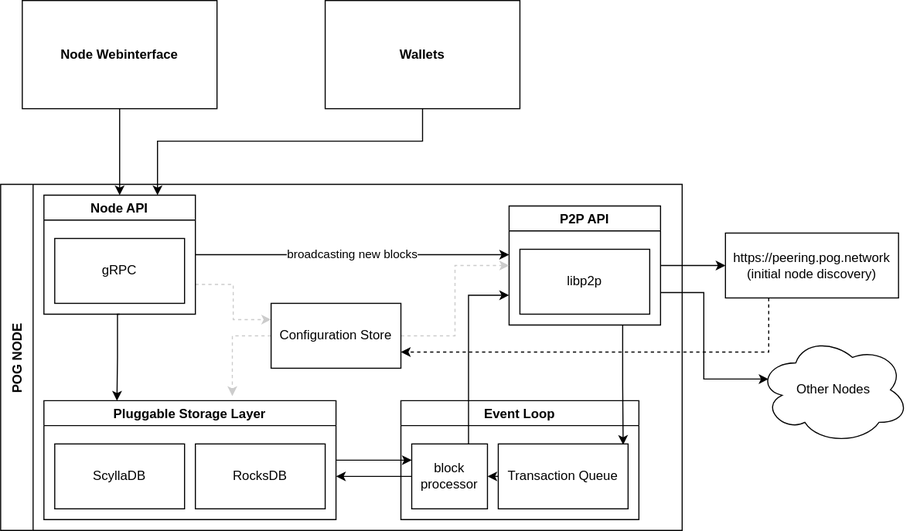
pognetwork/champ keeps this draw.io diagram as docs/techstack.drawio.svg. Above is the earlier version. Source tidied: cells renumbered, new cells last; positions are measured from the earlier drawing's top-left corner, leaving out a move shared by most shapes.
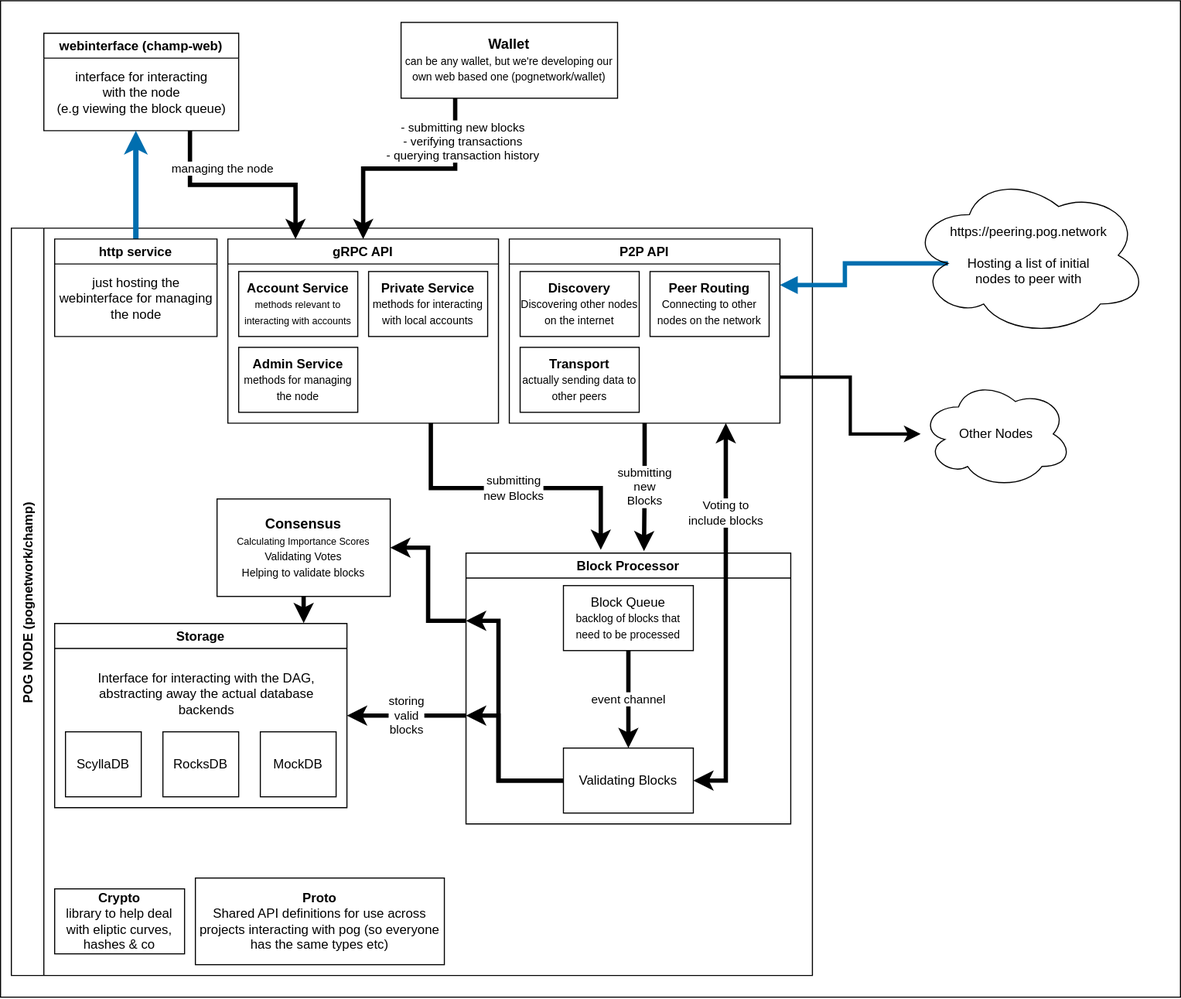
Later version of the same file.

Commit message:
docs(node): improve overview + add grpc docs

Diff of the diagram source:
```diff
@@ -2,117 +2,167 @@
   <root>
     <mxCell id="0" />
     <mxCell id="1" parent="0" />
+    <mxCell id="33" style="rounded=0;whiteSpace=wrap;html=1;" parent="1" vertex="1">
+      <mxGeometry x="40" y="-20" width="1090" height="920" as="geometry" />
+    </mxCell>
-    <mxCell id="2" value="POG NODE" style="swimlane;horizontal=0;startSize=30;" parent="1" vertex="1">
-      <mxGeometry y="170" width="630" height="320" as="geometry" />
+    <mxCell id="2" value="POG NODE (pognetwork/champ)" style="swimlane;horizontal=0;startSize=30;" parent="1" vertex="1">
+      <mxGeometry x="50" y="190" width="740" height="690" as="geometry" />
     </mxCell>
-    <mxCell id="3" style="edgeStyle=orthogonalEdgeStyle;rounded=0;jettySize=auto;html=1;exitX=1;exitY=0.5;exitDx=0;exitDy=0;entryX=0;entryY=0.25;entryDx=0;entryDy=0;" parent="2" edge="1" source="4" target="17">
-      <mxGeometry relative="1" as="geometry" />
-    </mxCell>
+    <mxCell id="34" value="gRPC API" style="swimlane;fillColor=none;" parent="2" vertex="1">
+      <mxGeometry x="200" y="10" width="250" height="170" as="geometry" />
+    </mxCell>
+    <mxCell id="35" value="&lt;b&gt;Account Service&lt;br&gt;&lt;/b&gt;&lt;font style=&quot;font-size: 9px&quot;&gt;methods relevant to interacting with accounts&lt;/font&gt;" style="whiteSpace=wrap;html=1;" parent="34" vertex="1">
+      <mxGeometry x="10" y="30" width="110" height="60" as="geometry" />
+    </mxCell>
+    <mxCell id="36" value="&lt;b&gt;Private Service&lt;br style=&quot;font-size: 9px&quot;&gt;&lt;/b&gt;&lt;font size=&quot;1&quot;&gt;methods for interacting with local accounts&lt;/font&gt;" style="whiteSpace=wrap;html=1;" parent="34" vertex="1">
+      <mxGeometry x="130" y="30" width="110" height="60" as="geometry" />
+    </mxCell>
+    <mxCell id="37" value="&lt;b&gt;Admin Service&lt;br style=&quot;font-size: 9px&quot;&gt;&lt;/b&gt;&lt;font size=&quot;1&quot;&gt;methods for managing the node&lt;/font&gt;" style="whiteSpace=wrap;html=1;" parent="34" vertex="1">
+      <mxGeometry x="10" y="100" width="110" height="60" as="geometry" />
+    </mxCell>
+    <mxCell id="38" value="event channel" style="edgeStyle=orthogonalEdgeStyle;rounded=0;jettySize=auto;html=1;startArrow=none;startFill=0;endArrow=classic;endFill=1;strokeWidth=4;" parent="2" edge="1" source="39">
+      <mxGeometry relative="1" as="geometry">
+        <mxPoint x="570" y="480" as="targetPoint" />
+      </mxGeometry>
+    </mxCell>
+    <mxCell id="39" value="Block Queue&lt;br style=&quot;font-size: 9px&quot;&gt;&lt;font size=&quot;1&quot;&gt;backlog of blocks that need to be processed&lt;/font&gt;" style="rounded=0;whiteSpace=wrap;html=1;" parent="2" vertex="1">
+      <mxGeometry x="510" y="330" width="120" height="60" as="geometry" />
+    </mxCell>
+    <mxCell id="40" value="Validating Blocks" style="rounded=0;whiteSpace=wrap;html=1;" parent="2" vertex="1">
+      <mxGeometry x="510" y="480" width="120" height="60" as="geometry" />
+    </mxCell>
+    <mxCell id="41" value="&lt;font style=&quot;font-weight: bold ; font-size: 13px&quot;&gt;Consensus&lt;/font&gt;&lt;br&gt;&lt;font style=&quot;font-size: 9px&quot;&gt;Calculating Importance Scores&lt;br&gt;&lt;/font&gt;&lt;font size=&quot;1&quot;&gt;Validating Votes&lt;br&gt;Helping to validate blocks&lt;br&gt;&lt;/font&gt;" style="rounded=0;whiteSpace=wrap;html=1;" parent="2" vertex="1">
+      <mxGeometry x="190" y="250" width="160" height="90" as="geometry" />
+    </mxCell>
+    <mxCell id="42" value="&lt;b&gt;Crypto&lt;/b&gt;&lt;br&gt;library to help deal with eliptic curves, hashes &amp;amp; co" style="rounded=0;whiteSpace=wrap;html=1;" parent="2" vertex="1">
+      <mxGeometry x="40" y="610" width="120" height="60" as="geometry" />
+    </mxCell>
+    <mxCell id="25" value="Other Nodes" style="ellipse;shape=cloud;whiteSpace=wrap;html=1;fillColor=none;" parent="1" vertex="1">
+      <mxGeometry x="890" y="330" width="140" height="100" as="geometry" />
+    </mxCell>
+    <mxCell id="43" style="edgeStyle=orthogonalEdgeStyle;rounded=0;jettySize=auto;html=1;exitX=0.25;exitY=1;exitDx=0;exitDy=0;startArrow=none;startFill=0;endArrow=classic;endFill=1;strokeWidth=4;" parent="1" edge="1" source="30" target="34">
+      <mxGeometry relative="1" as="geometry" />
+    </mxCell>
+    <mxCell id="44" value="- submitting new blocks&lt;br&gt;- verifying transactions&lt;br&gt;- querying transaction history" style="edgeLabel;html=1;align=center;verticalAlign=middle;" parent="43" vertex="1">
+      <mxGeometry x="-0.18" relative="1" as="geometry">
+        <mxPoint x="30" y="-25" as="offset" />
+      </mxGeometry>
+    </mxCell>
+    <mxCell id="30" value="&lt;font style=&quot;font-weight: bold ; font-size: 13px&quot;&gt;Wallet&lt;/font&gt;&lt;br&gt;&lt;font size=&quot;1&quot;&gt;can be any wallet, but we're developing our own web based one (pognetwork/wallet)&lt;/font&gt;" style="rounded=0;whiteSpace=wrap;html=1;fillColor=none;" parent="1" vertex="1">
+      <mxGeometry x="410" width="200" height="70" as="geometry" />
+    </mxCell>
+    <mxCell id="45" style="edgeStyle=orthogonalEdgeStyle;rounded=0;jettySize=auto;html=1;exitX=0.5;exitY=0;exitDx=0;exitDy=0;fillColor=#1ba1e2;strokeColor=#006EAF;strokeWidth=5;" parent="1" edge="1" source="46">
+      <mxGeometry relative="1" as="geometry">
+        <mxPoint x="165" y="100" as="targetPoint" />
+      </mxGeometry>
+    </mxCell>
+    <mxCell id="46" value="http service" style="swimlane;fillColor=none;" parent="1" vertex="1">
+      <mxGeometry x="90" y="200" width="150" height="90" as="geometry" />
+    </mxCell>
+    <mxCell id="47" value="just hosting the &lt;br&gt;webinterface for managing&lt;br&gt;the node" style="text;html=1;align=center;verticalAlign=middle;strokeColor=none;" parent="46" vertex="1">
+      <mxGeometry x="-5" y="30" width="160" height="50" as="geometry" />
+    </mxCell>
+    <mxCell id="48" value="storing&lt;br&gt;valid&lt;br&gt;blocks" style="edgeStyle=orthogonalEdgeStyle;rounded=0;jettySize=auto;html=1;entryX=1;entryY=0.5;entryDx=0;entryDy=0;startArrow=none;startFill=0;endArrow=classic;endFill=1;strokeWidth=4;" parent="1" edge="1" target="4">
+      <mxGeometry relative="1" as="geometry">
+        <mxPoint x="470" y="640" as="sourcePoint" />
+        <Array as="points">
+          <mxPoint x="470" y="640" />
+        </Array>
+      </mxGeometry>
+    </mxCell>
+    <mxCell id="49" value="Voting to&lt;br&gt;include blocks" style="edgeStyle=orthogonalEdgeStyle;rounded=0;jettySize=auto;html=1;exitX=1;exitY=0.5;exitDx=0;exitDy=0;startArrow=classic;startFill=1;endArrow=classic;endFill=1;strokeWidth=4;" parent="1" edge="1" source="40">
+      <mxGeometry x="0.54" relative="1" as="geometry">
+        <mxPoint x="710" y="370" as="targetPoint" />
+        <Array as="points">
+          <mxPoint x="710" y="700" />
+          <mxPoint x="710" y="370" />
+        </Array>
+      </mxGeometry>
+    </mxCell>
+    <mxCell id="50" style="edgeStyle=orthogonalEdgeStyle;rounded=0;jettySize=auto;html=1;exitX=0;exitY=0.25;exitDx=0;exitDy=0;entryX=1;entryY=0.5;entryDx=0;entryDy=0;startArrow=none;startFill=0;endArrow=classic;endFill=1;strokeWidth=4;" parent="1" edge="1" source="14" target="41">
+      <mxGeometry relative="1" as="geometry" />
+    </mxCell>
+    <mxCell id="14" value="Block Processor" style="swimlane;fillColor=none;startSize=23;" parent="1" vertex="1">
+      <mxGeometry x="470" y="490" width="300" height="250" as="geometry" />
+    </mxCell>
+    <mxCell id="51" style="edgeStyle=orthogonalEdgeStyle;rounded=0;jettySize=auto;html=1;exitX=1;exitY=0.25;exitDx=0;exitDy=0;entryX=0.16;entryY=0.55;entryDx=0;entryDy=0;entryPerimeter=0;startArrow=block;startFill=1;endArrow=none;endFill=0;fillColor=#1ba1e2;strokeColor=#006EAF;strokeWidth=4;" parent="1" edge="1" source="12" target="56">
+      <mxGeometry relative="1" as="geometry" />
+    </mxCell>
+    <mxCell id="26" style="edgeStyle=orthogonalEdgeStyle;rounded=0;jettySize=auto;html=1;exitX=1;exitY=0.75;exitDx=0;exitDy=0;startArrow=none;startFill=0;endArrow=classic;endFill=1;strokeWidth=3;" parent="1" edge="1" source="12" target="25">
+      <mxGeometry relative="1" as="geometry" />
+    </mxCell>
+    <mxCell id="52" value="submitting&lt;br&gt;new&lt;br&gt;Blocks" style="edgeStyle=orthogonalEdgeStyle;rounded=0;jettySize=auto;html=1;exitX=0.5;exitY=1;exitDx=0;exitDy=0;entryX=0.548;entryY=-0.007;entryDx=0;entryDy=0;entryPerimeter=0;startArrow=none;startFill=0;endArrow=classic;endFill=1;strokeWidth=4;" parent="1" edge="1" source="12" target="14">
+      <mxGeometry relative="1" as="geometry" />
+    </mxCell>
+    <mxCell id="12" value="P2P API" style="swimlane;fillColor=none;" parent="1" vertex="1">
+      <mxGeometry x="510" y="200" width="250" height="170" as="geometry" />
+    </mxCell>
+    <mxCell id="53" value="&lt;font&gt;&lt;b&gt;Discovery&lt;/b&gt;&lt;br&gt;&lt;/font&gt;&lt;font size=&quot;1&quot;&gt;Discovering other nodes on the internet&lt;/font&gt;" style="whiteSpace=wrap;html=1;" parent="12" vertex="1">
+      <mxGeometry x="10" y="30" width="110" height="60" as="geometry" />
+    </mxCell>
+    <mxCell id="54" value="&lt;b&gt;Peer Routing&lt;br&gt;&lt;/b&gt;&lt;font size=&quot;1&quot;&gt;Connecting to other nodes on the network&lt;/font&gt;" style="whiteSpace=wrap;html=1;" parent="12" vertex="1">
+      <mxGeometry x="130" y="30" width="110" height="60" as="geometry" />
+    </mxCell>
+    <mxCell id="55" value="&lt;b&gt;Transport&lt;/b&gt;&lt;br style=&quot;font-size: 9px&quot;&gt;&lt;font size=&quot;1&quot;&gt;actually sending data to other peers&lt;/font&gt;" style="whiteSpace=wrap;html=1;" parent="12" vertex="1">
+      <mxGeometry x="10" y="100" width="110" height="60" as="geometry" />
+    </mxCell>
+    <mxCell id="56" value="https://peering.pog.network&lt;br&gt;&lt;br&gt;Hosting a list of initial&lt;br&gt;nodes to peer with" style="ellipse;shape=cloud;whiteSpace=wrap;html=1;fillColor=none;" parent="1" vertex="1">
+      <mxGeometry x="880" y="140" width="220" height="150" as="geometry" />
+    </mxCell>
+    <mxCell id="57" style="edgeStyle=orthogonalEdgeStyle;rounded=0;jettySize=auto;html=1;exitX=0.75;exitY=1;exitDx=0;exitDy=0;entryX=0.25;entryY=0;entryDx=0;entryDy=0;startArrow=none;startFill=0;endArrow=classic;endFill=1;strokeWidth=4;" parent="1" edge="1" source="59" target="34">
+      <mxGeometry relative="1" as="geometry" />
+    </mxCell>
+    <mxCell id="58" value="managing the node" style="edgeLabel;html=1;align=center;verticalAlign=middle;" parent="57" vertex="1">
+      <mxGeometry x="-0.66" relative="1" as="geometry">
+        <mxPoint x="30" as="offset" />
+      </mxGeometry>
+    </mxCell>
+    <mxCell id="59" value="webinterface (champ-web)" style="swimlane;fillColor=none;startSize=23;" parent="1" vertex="1">
+      <mxGeometry x="80" y="10" width="180" height="90" as="geometry" />
+    </mxCell>
+    <mxCell id="60" value="interface for interacting&lt;br&gt;with the node&lt;br&gt;(e.g viewing the block queue)" style="text;html=1;align=center;verticalAlign=middle;strokeColor=none;" parent="59" vertex="1">
+      <mxGeometry x="5" y="30" width="170" height="50" as="geometry" />
+    </mxCell>
-    <mxCell id="4" value="Pluggable Storage Layer" style="swimlane;fillColor=none;" parent="2" vertex="1">
-      <mxGeometry x="40" y="200" width="270" height="110" as="geometry" />
+    <mxCell id="4" value="Storage" style="swimlane;fillColor=none;" parent="1" vertex="1">
+      <mxGeometry x="90" y="555" width="270" height="170" as="geometry" />
     </mxCell>
     <mxCell id="5" value="ScyllaDB" style="rounded=0;whiteSpace=wrap;html=1;" parent="4" vertex="1">
-      <mxGeometry x="10" y="40" width="120" height="60" as="geometry" />
+      <mxGeometry x="10" y="100" width="70" height="60" as="geometry" />
     </mxCell>
     <mxCell id="6" value="RocksDB" style="rounded=0;whiteSpace=wrap;html=1;" parent="4" vertex="1">
-      <mxGeometry x="140" y="40" width="120" height="60" as="geometry" />
+      <mxGeometry x="100" y="100" width="70" height="60" as="geometry" />
     </mxCell>
-    <mxCell id="7" style="edgeStyle=orthogonalEdgeStyle;rounded=0;jettySize=auto;html=1;exitX=0.5;exitY=1;exitDx=0;exitDy=0;entryX=0.25;entryY=0;entryDx=0;entryDy=0;" parent="2" edge="1" source="9" target="4">
-      <mxGeometry relative="1" as="geometry">
-        <Array as="points">
-          <mxPoint x="108" y="120" />
-          <mxPoint x="108" y="160" />
-        </Array>
-      </mxGeometry>
-    </mxCell>
-    <mxCell id="8" style="edgeStyle=orthogonalEdgeStyle;rounded=0;jettySize=auto;html=1;exitX=1;exitY=0.75;exitDx=0;exitDy=0;entryX=0;entryY=0.25;entryDx=0;entryDy=0;dashed=1;strokeColor=#CCCCCC;fillColor=#1F1F1F;" parent="2" edge="1" source="9" target="21">
-      <mxGeometry relative="1" as="geometry" />
-    </mxCell>
-    <mxCell id="9" value="Node API" style="swimlane;fillColor=none;" parent="2" vertex="1">
-      <mxGeometry x="40" y="10" width="140" height="110" as="geometry" />
-    </mxCell>
-    <mxCell id="10" value="gRPC" style="rounded=0;whiteSpace=wrap;html=1;" parent="9" vertex="1">
-      <mxGeometry x="10" y="40" width="120" height="60" as="geometry" />
-    </mxCell>
-    <mxCell id="11" style="edgeStyle=orthogonalEdgeStyle;rounded=0;jettySize=auto;html=1;exitX=0.75;exitY=1;exitDx=0;exitDy=0;entryX=0.962;entryY=0.014;entryDx=0;entryDy=0;entryPerimeter=0;" parent="2" edge="1" source="12" target="16">
-      <mxGeometry relative="1" as="geometry" />
-    </mxCell>
-    <mxCell id="12" value="P2P API" style="swimlane;fillColor=none;startSize=23;" parent="2" vertex="1">
-      <mxGeometry x="470" y="20" width="140" height="110" as="geometry" />
-    </mxCell>
-    <mxCell id="13" value="libp2p" style="rounded=0;whiteSpace=wrap;html=1;" parent="12" vertex="1">
-      <mxGeometry x="10" y="40" width="120" height="60" as="geometry" />
-    </mxCell>
-    <mxCell id="14" value="Event Loop" style="swimlane;fillColor=none;startSize=23;" parent="2" vertex="1">
-      <mxGeometry x="370" y="200" width="220" height="110" as="geometry" />
-    </mxCell>
-    <mxCell id="15" style="edgeStyle=orthogonalEdgeStyle;rounded=0;jettySize=auto;html=1;exitX=0;exitY=0.5;exitDx=0;exitDy=0;entryX=1;entryY=0.5;entryDx=0;entryDy=0;" parent="14" edge="1" source="16" target="17">
-      <mxGeometry relative="1" as="geometry" />
-    </mxCell>
-    <mxCell id="16" value="Transaction Queue" style="rounded=0;whiteSpace=wrap;html=1;" parent="14" vertex="1">
-      <mxGeometry x="90" y="40" width="120" height="60" as="geometry" />
-    </mxCell>
-    <mxCell id="17" value="block processor" style="rounded=0;whiteSpace=wrap;html=1;" parent="14" vertex="1">
-      <mxGeometry x="10" y="40" width="70" height="60" as="geometry" />
-    </mxCell>
-    <mxCell id="18" style="edgeStyle=orthogonalEdgeStyle;rounded=0;jettySize=auto;html=1;exitX=0.75;exitY=0;exitDx=0;exitDy=0;entryX=0;entryY=0.75;entryDx=0;entryDy=0;" parent="2" edge="1" source="17" target="12">
-      <mxGeometry relative="1" as="geometry" />
-    </mxCell>
-    <mxCell id="19" style="edgeStyle=orthogonalEdgeStyle;rounded=0;jettySize=auto;html=1;exitX=1;exitY=0.5;exitDx=0;exitDy=0;entryX=0;entryY=0.5;entryDx=0;entryDy=0;dashed=1;strokeColor=#CCCCCC;fillColor=#1F1F1F;" parent="2" edge="1" source="21" target="12">
-      <mxGeometry relative="1" as="geometry" />
-    </mxCell>
-    <mxCell id="20" style="edgeStyle=orthogonalEdgeStyle;rounded=0;jettySize=auto;html=1;exitX=0;exitY=0.5;exitDx=0;exitDy=0;entryX=0.645;entryY=-0.039;entryDx=0;entryDy=0;entryPerimeter=0;dashed=1;strokeColor=#CCCCCC;fillColor=#1F1F1F;" parent="2" edge="1" source="21" target="4">
-      <mxGeometry relative="1" as="geometry" />
-    </mxCell>
-    <mxCell id="21" value="Configuration Store" style="rounded=0;whiteSpace=wrap;html=1;fillColor=none;" parent="2" vertex="1">
-      <mxGeometry x="250" y="110" width="120" height="60" as="geometry" />
-    </mxCell>
-    <mxCell id="22" style="edgeStyle=orthogonalEdgeStyle;rounded=0;jettySize=auto;html=1;exitX=0.25;exitY=1;exitDx=0;exitDy=0;entryX=1;entryY=0.75;entryDx=0;entryDy=0;dashed=1;" parent="1" edge="1" source="23" target="21">
-      <mxGeometry relative="1" as="geometry" />
-    </mxCell>
-    <mxCell id="23" value="https://peering.pog.network&lt;br&gt;(initial node discovery)" style="rounded=0;whiteSpace=wrap;html=1;fillColor=none;" parent="1" vertex="1">
-      <mxGeometry x="670" y="215" width="160" height="60" as="geometry" />
-    </mxCell>
-    <mxCell id="24" style="edgeStyle=orthogonalEdgeStyle;rounded=0;jettySize=auto;html=1;exitX=1;exitY=0.5;exitDx=0;exitDy=0;entryX=0;entryY=0.5;entryDx=0;entryDy=0;" parent="1" edge="1" source="12" target="23">
-      <mxGeometry relative="1" as="geometry" />
-    </mxCell>
-    <mxCell id="25" value="Other Nodes" style="ellipse;shape=cloud;whiteSpace=wrap;html=1;fillColor=none;" parent="1" vertex="1">
-      <mxGeometry x="700" y="310" width="140" height="100" as="geometry" />
-    </mxCell>
-    <mxCell id="26" style="edgeStyle=orthogonalEdgeStyle;rounded=0;jettySize=auto;html=1;entryX=0.07;entryY=0.4;entryDx=0;entryDy=0;entryPerimeter=0;" parent="1" edge="1" source="12" target="25">
-      <mxGeometry relative="1" as="geometry">
-        <Array as="points">
-          <mxPoint x="650" y="270" />
-          <mxPoint x="650" y="350" />
-        </Array>
-      </mxGeometry>
-    </mxCell>
-    <mxCell id="27" style="edgeStyle=orthogonalEdgeStyle;rounded=0;jettySize=auto;html=1;entryX=0.5;entryY=0;entryDx=0;entryDy=0;" parent="1" edge="1" source="28" target="9">
-      <mxGeometry relative="1" as="geometry" />
-    </mxCell>
-    <mxCell id="28" value="&lt;b&gt;Node Webinterface&lt;/b&gt;" style="rounded=0;whiteSpace=wrap;html=1;fillColor=none;" parent="1" vertex="1">
-      <mxGeometry x="20" width="180" height="100" as="geometry" />
-    </mxCell>
-    <mxCell id="29" style="edgeStyle=orthogonalEdgeStyle;rounded=0;jettySize=auto;html=1;entryX=0.75;entryY=0;entryDx=0;entryDy=0;" parent="1" edge="1" source="30" target="9">
-      <mxGeometry relative="1" as="geometry">
-        <Array as="points">
-          <mxPoint x="390" y="130" />
-          <mxPoint x="145" y="130" />
-        </Array>
-      </mxGeometry>
-    </mxCell>
-    <mxCell id="30" value="&lt;b&gt;Wallets&lt;/b&gt;" style="rounded=0;whiteSpace=wrap;html=1;fillColor=none;" parent="1" vertex="1">
-      <mxGeometry x="300" width="180" height="100" as="geometry" />
-    </mxCell>
-    <mxCell id="31" value="broadcasting new blocks" style="edgeStyle=orthogonalEdgeStyle;rounded=0;jettySize=auto;html=1;" parent="1" edge="1" source="9">
-      <mxGeometry relative="1" as="geometry">
-        <mxPoint x="470" y="235" as="targetPoint" />
-      </mxGeometry>
-    </mxCell>
-    <mxCell id="32" style="edgeStyle=orthogonalEdgeStyle;rounded=0;jettySize=auto;html=1;exitX=0;exitY=0.5;exitDx=0;exitDy=0;" parent="1" edge="1" source="17">
-      <mxGeometry relative="1" as="geometry">
-        <mxPoint x="310" y="440" as="targetPoint" />
-      </mxGeometry>
-    </mxCell>
+    <mxCell id="61" value="MockDB" style="rounded=0;whiteSpace=wrap;html=1;" parent="4" vertex="1">
+      <mxGeometry x="190" y="100" width="70" height="60" as="geometry" />
+    </mxCell>
+    <mxCell id="62" value="Interface for interacting with the DAG,&lt;br&gt;abstracting away the actual database&lt;br&gt;backends" style="text;html=1;align=center;verticalAlign=middle;strokeColor=none;" parent="4" vertex="1">
+      <mxGeometry x="30" y="40" width="220" height="50" as="geometry" />
+    </mxCell>
+    <mxCell id="63" value="submitting&lt;br&gt;new Blocks" style="edgeStyle=orthogonalEdgeStyle;rounded=0;jettySize=auto;html=1;exitX=0.75;exitY=1;exitDx=0;exitDy=0;entryX=0.415;entryY=-0.012;entryDx=0;entryDy=0;startArrow=none;startFill=0;endArrow=classic;endFill=1;strokeWidth=4;entryPerimeter=0;" parent="1" edge="1" source="34" target="14">
+      <mxGeometry relative="1" as="geometry" />
+    </mxCell>
+    <mxCell id="64" style="edgeStyle=orthogonalEdgeStyle;rounded=0;jettySize=auto;html=1;exitX=0;exitY=0.5;exitDx=0;exitDy=0;startArrow=none;startFill=0;endArrow=classic;endFill=1;strokeWidth=4;" parent="1" edge="1" source="40">
+      <mxGeometry relative="1" as="geometry">
+        <mxPoint x="470" y="640" as="targetPoint" />
+        <Array as="points">
+          <mxPoint x="500" y="700" />
+          <mxPoint x="500" y="640" />
+        </Array>
+      </mxGeometry>
+    </mxCell>
+    <mxCell id="65" style="edgeStyle=orthogonalEdgeStyle;rounded=0;jettySize=auto;html=1;exitX=0;exitY=0.5;exitDx=0;exitDy=0;entryX=0;entryY=0.25;entryDx=0;entryDy=0;startArrow=none;startFill=0;endArrow=classic;endFill=1;strokeWidth=4;" parent="1" edge="1" source="40" target="14">
+      <mxGeometry relative="1" as="geometry">
+        <Array as="points">
+          <mxPoint x="500" y="700" />
+          <mxPoint x="500" y="553" />
+        </Array>
+      </mxGeometry>
+    </mxCell>
+    <mxCell id="66" style="edgeStyle=orthogonalEdgeStyle;rounded=0;jettySize=auto;html=1;exitX=0.5;exitY=1;exitDx=0;exitDy=0;entryX=0.852;entryY=-0.002;entryDx=0;entryDy=0;entryPerimeter=0;startArrow=none;startFill=0;endArrow=classic;endFill=1;strokeWidth=4;" parent="1" edge="1" source="41" target="4">
+      <mxGeometry relative="1" as="geometry" />
+    </mxCell>
+    <mxCell id="67" value="&lt;b&gt;Proto&lt;/b&gt;&lt;br&gt;Shared API definitions for use across projects interacting with pog (so everyone has the same types etc)" style="rounded=0;whiteSpace=wrap;html=1;" parent="1" vertex="1">
+      <mxGeometry x="220" y="790" width="230" height="80" as="geometry" />
+    </mxCell>
   </root>
 </mxGraphModel>
```
